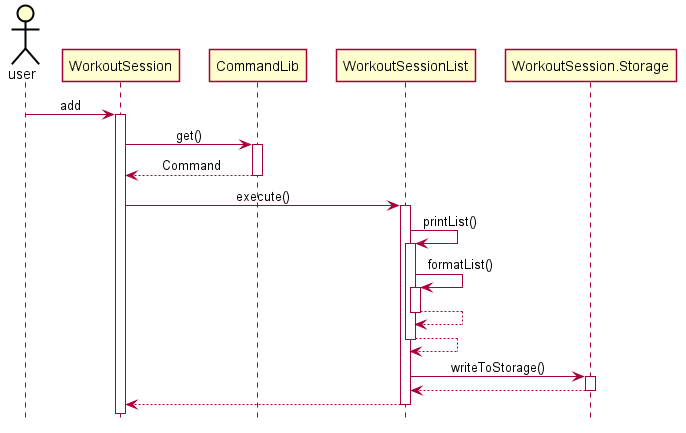
Above: docs/pictures/jinyang/WorkoutSessionList.png in zsk612/tp (PlantUML), before the change.
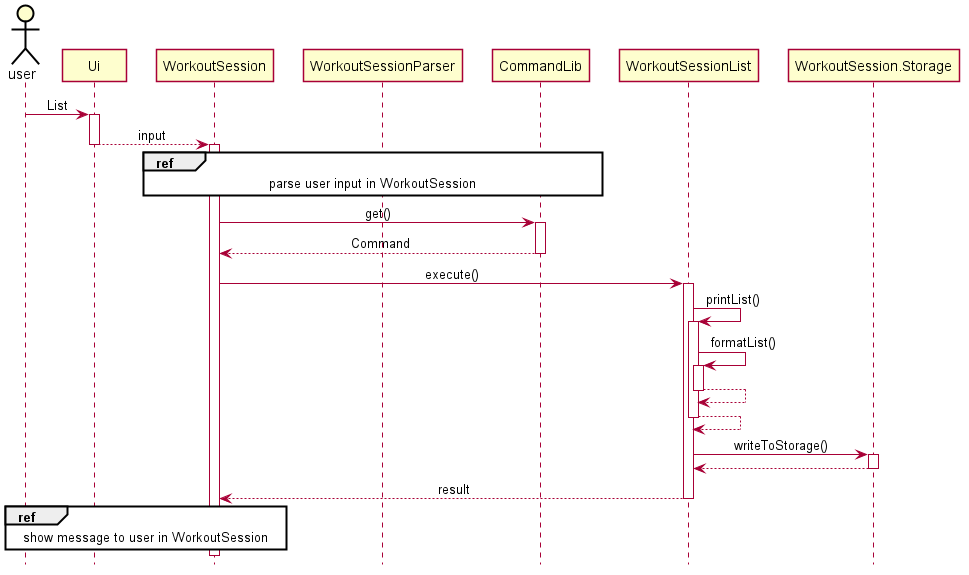
Above is the later version.

What changed in the source:
```diff
@@ -42,8 +42,12 @@
 hide circle
 
 actor user
-user -> WorkoutSession : add
+user -> Ui++ : List
+Ui --> WorkoutSession -- : input
+
 activate WorkoutSession
+
+ref over WorkoutSession, WorkoutSessionParser, CommandLib: parse user input in WorkoutSession
 
 WorkoutSession -> CommandLib : get()
 activate CommandLib
@@ -66,6 +70,8 @@
 WorkoutSession.Storage --> WorkoutSessionList
 deactivate WorkoutSession.Storage
 
-WorkoutSessionList --> WorkoutSession
+WorkoutSessionList --> WorkoutSession : result
 deactivate WorkoutSessionList
+
+ref over WorkoutSession, Ui, user: show message to user in WorkoutSession
 @enduml
```
